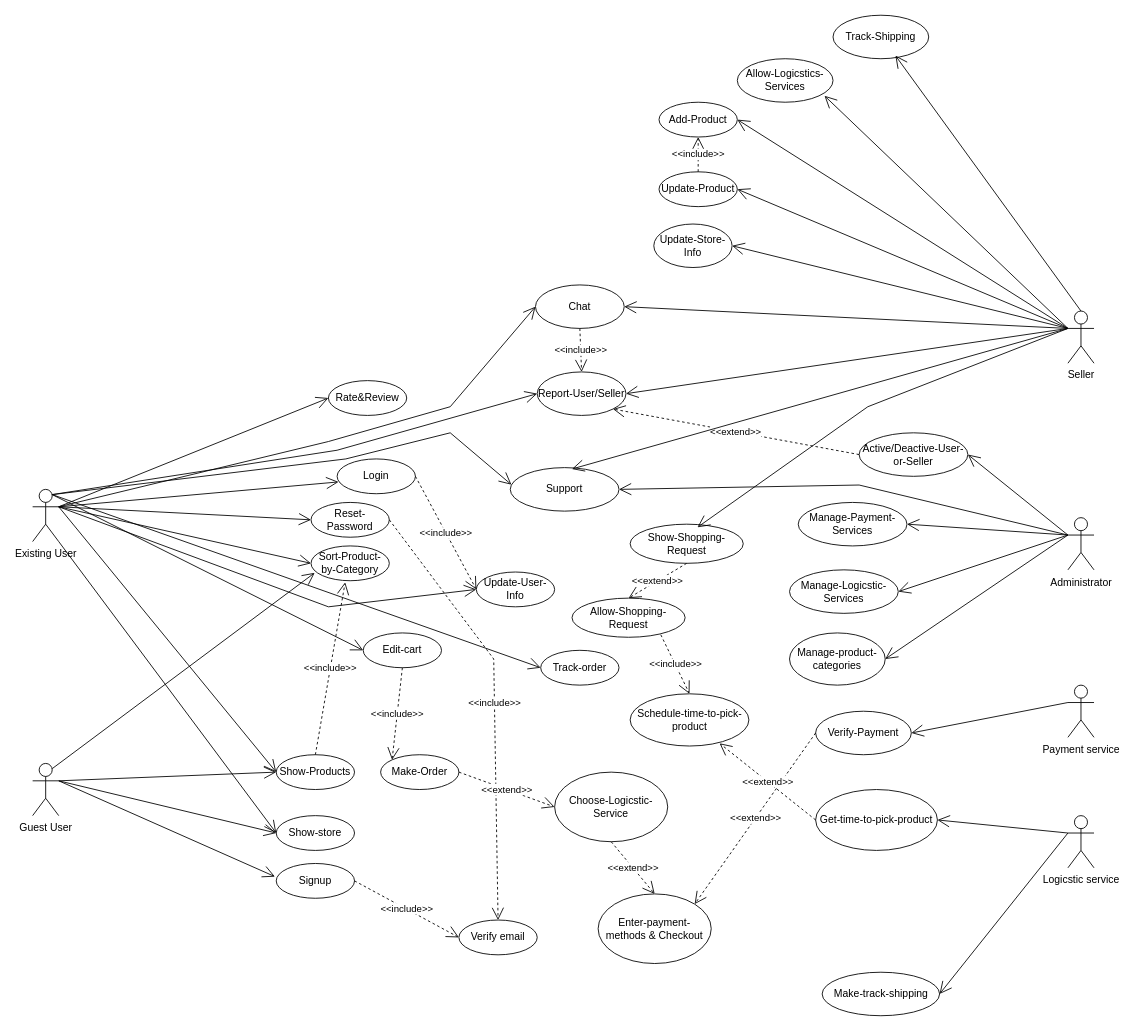
Before: usecase.drawio in huyga1185/buyit_cnpm, a draw.io diagram. Source tidied: cells renumbered, new cells numbered last; positions are measured from the earlier drawing's top-left corner, leaving out a move shared by most shapes. Both pictures are drawn from the tidied source at 87%, with x=0, y=0 at pixel (32, 15).
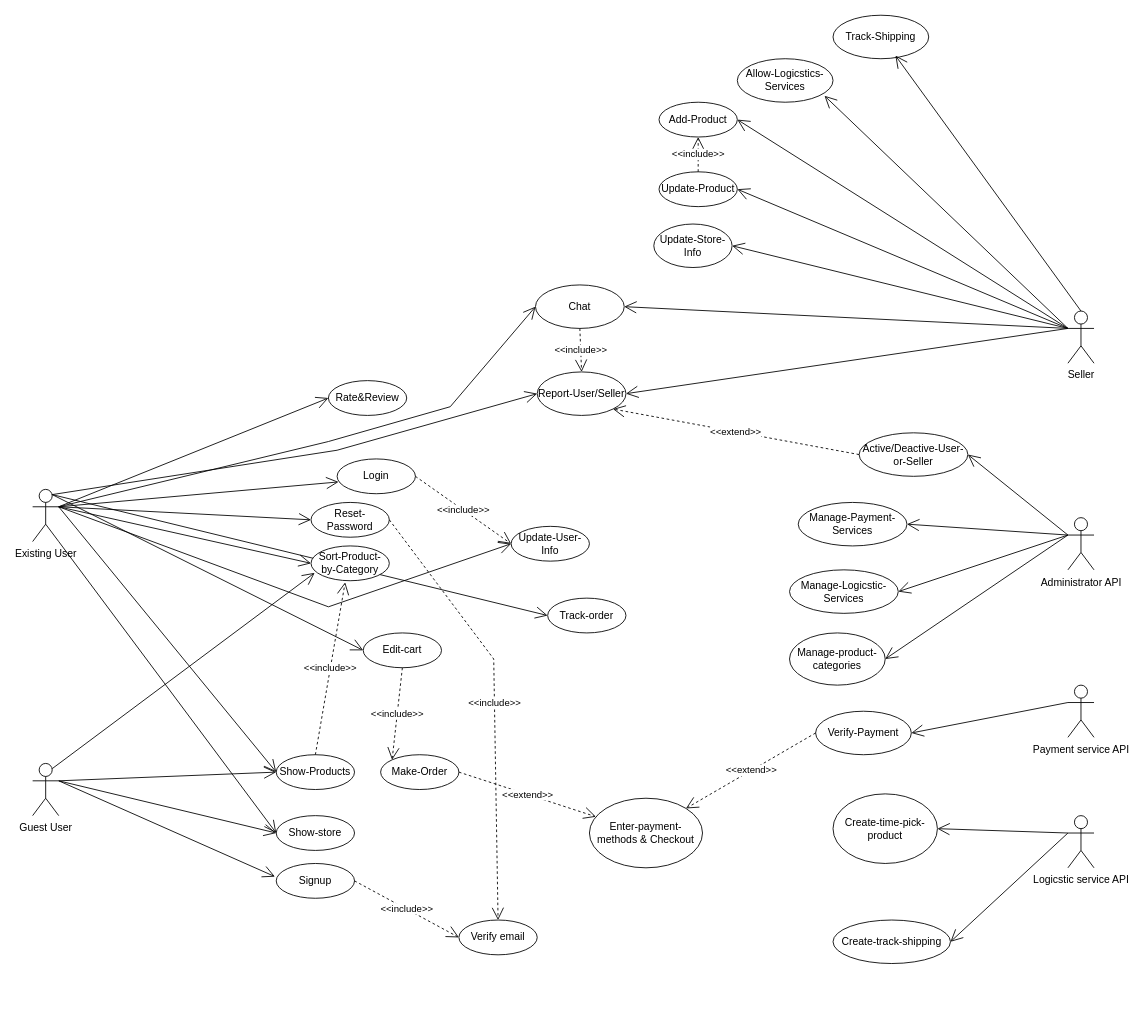
After the change.

Commit message:
Cập nhật usecase.drawio

Unchanged cells that the change refers to:
```xml
<mxCell id="2" value="Existing User" style="shape=umlActor;verticalLabelPosition=bottom;verticalAlign=top;html=1;" parent="1" vertex="1">
  <mxGeometry y="545" width="30" height="60" as="geometry" />
</mxCell>
<mxCell id="4" value="Seller" style="shape=umlActor;verticalLabelPosition=bottom;verticalAlign=top;html=1;" parent="1" vertex="1">
  <mxGeometry x="1190" y="340" width="30" height="60" as="geometry" />
</mxCell>
<mxCell id="59" value="Make-Order" style="ellipse;whiteSpace=wrap;html=1;" parent="1" vertex="1">
  <mxGeometry x="400" y="850" width="90" height="40" as="geometry" />
</mxCell>
```

Diff of the diagram source:
```diff
@@
-    <mxCell id="8" value="Administrator" style="shape=umlActor;verticalLabelPosition=bottom;verticalAlign=top;html=1;" parent="1" vertex="1">
+    <mxCell id="8" value="Administrator API" style="shape=umlActor;verticalLabelPosition=bottom;verticalAlign=top;html=1;" parent="1" vertex="1">
       <mxGeometry x="1190" y="577.5" width="30" height="60" as="geometry" />
     </mxCell>
-    <mxCell id="9" value="Payment service" style="shape=umlActor;verticalLabelPosition=bottom;verticalAlign=top;html=1;" parent="1" vertex="1">
+    <mxCell id="9" value="Payment service API" style="shape=umlActor;verticalLabelPosition=bottom;verticalAlign=top;html=1;" parent="1" vertex="1">
       <mxGeometry x="1190" y="770" width="30" height="60" as="geometry" />
     </mxCell>
-    <mxCell id="10" value="Logicstic service" style="shape=umlActor;verticalLabelPosition=bottom;verticalAlign=top;html=1;" parent="1" vertex="1">
+    <mxCell id="10" value="Logicstic service API" style="shape=umlActor;verticalLabelPosition=bottom;verticalAlign=top;html=1;" parent="1" vertex="1">
       <mxGeometry x="1190" y="920" width="30" height="60" as="geometry" />
     </mxCell>
@@
     <mxCell id="24" value="Track-order" style="ellipse;whiteSpace=wrap;html=1;" parent="1" vertex="1">
-      <mxGeometry x="584" y="730" width="90" height="40" as="geometry" />
+      <mxGeometry x="592" y="670" width="90" height="40" as="geometry" />
     </mxCell>
@@
     <mxCell id="46" value="Update-User-Info" style="ellipse;whiteSpace=wrap;html=1;" parent="1" vertex="1">
-      <mxGeometry x="510" y="640" width="90" height="40" as="geometry" />
+      <mxGeometry x="550" y="587.5" width="90" height="40" as="geometry" />
     </mxCell>
@@
     <mxCell id="60" value="Enter-payment-methods &amp;amp; Checkout" style="ellipse;whiteSpace=wrap;html=1;" parent="1" vertex="1">
-      <mxGeometry x="650" y="1010" width="130" height="80" as="geometry" />
+      <mxGeometry x="640" y="900" width="130" height="80" as="geometry" />
     </mxCell>
@@
-    <mxCell id="62" value="&amp;lt;&amp;lt;extend&amp;gt;&amp;gt;" style="endArrow=open;endSize=12;dashed=1;html=1;rounded=0;exitX=1;exitY=0.5;exitDx=0;exitDy=0;entryX=0;entryY=0.5;entryDx=0;entryDy=0;" parent="1" edge="1" source="59" target="63">
+    <mxCell id="62" value="&amp;lt;&amp;lt;extend&amp;gt;&amp;gt;" style="endArrow=open;endSize=12;dashed=1;html=1;rounded=0;exitX=1;exitY=0.5;exitDx=0;exitDy=0;" parent="1" edge="1" source="59" target="60">
       <mxGeometry relative="1" as="geometry" />
     </mxCell>
-    <mxCell id="63" value="Choose-Logicstic-Service" style="ellipse;whiteSpace=wrap;html=1;" parent="1" vertex="1">
-      <mxGeometry x="600" y="870" width="130" height="80" as="geometry" />
-    </mxCell>
-    <mxCell id="64" value="&amp;lt;&amp;lt;extend&amp;gt;&amp;gt;" style="endArrow=open;endSize=12;dashed=1;html=1;rounded=0;exitX=0.5;exitY=1;exitDx=0;exitDy=0;entryX=0.5;entryY=0;entryDx=0;entryDy=0;" parent="1" edge="1" source="63" target="60">
-      <mxGeometry relative="1" as="geometry" />
-    </mxCell>
@@
-    <mxCell id="68" value="Support" style="ellipse;whiteSpace=wrap;html=1;" parent="1" vertex="1">
-      <mxGeometry x="549" y="520" width="125" height="50" as="geometry" />
-    </mxCell>
-    <mxCell id="69" style="endArrow=open;endFill=1;endSize=12;html=1;rounded=0;entryX=1;entryY=0.5;entryDx=0;entryDy=0;exitX=0;exitY=0.3333333333333333;exitDx=0;exitDy=0;exitPerimeter=0;" parent="1" edge="1" source="8" target="68">
-      <mxGeometry relative="1" as="geometry">
-        <Array as="points">
-          <mxPoint x="950" y="540" />
-        </Array>
-      </mxGeometry>
-    </mxCell>
-    <mxCell id="70" style="endArrow=open;endFill=1;endSize=12;html=1;rounded=0;exitX=0.75;exitY=0.1;exitDx=0;exitDy=0;exitPerimeter=0;entryX=0.011;entryY=0.392;entryDx=0;entryDy=0;entryPerimeter=0;" parent="1" edge="1" source="2" target="68">
-      <mxGeometry relative="1" as="geometry">
-        <Array as="points">
-          <mxPoint x="360" y="510" />
-          <mxPoint x="480" y="480" />
-        </Array>
-      </mxGeometry>
-    </mxCell>
-    <mxCell id="71" style="endArrow=open;endFill=1;endSize=12;html=1;rounded=0;exitX=0;exitY=0.3333333333333333;exitDx=0;exitDy=0;exitPerimeter=0;entryX=0.567;entryY=0.032;entryDx=0;entryDy=0;entryPerimeter=0;" parent="1" edge="1" source="4" target="68">
-      <mxGeometry relative="1" as="geometry" />
-    </mxCell>
@@
-    <mxCell id="74" value="Show-Shopping-Request" style="ellipse;whiteSpace=wrap;html=1;" parent="1" vertex="1">
-      <mxGeometry x="686.8" y="585" width="130" height="45" as="geometry" />
-    </mxCell>
-    <mxCell id="75" style="endArrow=open;endFill=1;endSize=12;html=1;rounded=0;exitX=0;exitY=0.3333333333333333;exitDx=0;exitDy=0;exitPerimeter=0;entryX=0.595;entryY=0.08;entryDx=0;entryDy=0;entryPerimeter=0;" parent="1" edge="1" source="4" target="74">
-      <mxGeometry relative="1" as="geometry">
-        <Array as="points">
-          <mxPoint x="960" y="450" />
-        </Array>
-      </mxGeometry>
-    </mxCell>
-    <mxCell id="76" value="Schedule-time-to-pick-product" style="ellipse;whiteSpace=wrap;html=1;" parent="1" vertex="1">
-      <mxGeometry x="686.8" y="780" width="136.5" height="60" as="geometry" />
-    </mxCell>
-    <mxCell id="77" value="Allow-Shopping-Request" style="ellipse;whiteSpace=wrap;html=1;" parent="1" vertex="1">
-      <mxGeometry x="620" y="670" width="130" height="45" as="geometry" />
-    </mxCell>
-    <mxCell id="78" value="&amp;lt;&amp;lt;extend&amp;gt;&amp;gt;" style="endArrow=open;endSize=12;dashed=1;html=1;rounded=0;exitX=0.5;exitY=1;exitDx=0;exitDy=0;entryX=0.5;entryY=0;entryDx=0;entryDy=0;" parent="1" edge="1" source="74" target="77">
-      <mxGeometry relative="1" as="geometry" />
-    </mxCell>
-    <mxCell id="79" value="&amp;lt;&amp;lt;include&amp;gt;&amp;gt;" style="endArrow=open;endSize=12;dashed=1;html=1;rounded=0;exitX=0.785;exitY=0.936;exitDx=0;exitDy=0;entryX=0.5;entryY=0;entryDx=0;entryDy=0;exitPerimeter=0;" parent="1" edge="1" source="77" target="76">
-      <mxGeometry relative="1" as="geometry" />
-    </mxCell>
-    <mxCell id="80" value="Get-time-to-pick-product" style="ellipse;whiteSpace=wrap;html=1;" parent="1" vertex="1">
-      <mxGeometry x="900" y="890" width="140" height="70" as="geometry" />
-    </mxCell>
-    <mxCell id="81" style="endArrow=open;endFill=1;endSize=12;html=1;rounded=0;entryX=1;entryY=0.5;entryDx=0;entryDy=0;exitX=0;exitY=0.3333333333333333;exitDx=0;exitDy=0;exitPerimeter=0;" parent="1" edge="1" source="10" target="80">
+    <mxCell id="81" style="endArrow=open;endFill=1;endSize=12;html=1;rounded=0;entryX=1;entryY=0.5;entryDx=0;entryDy=0;exitX=0;exitY=0.3333333333333333;exitDx=0;exitDy=0;exitPerimeter=0;" parent="1" edge="1" source="10" target="87">
       <mxGeometry relative="1" as="geometry" />
     </mxCell>
-    <mxCell id="82" value="&amp;lt;&amp;lt;extend&amp;gt;&amp;gt;" style="endArrow=open;endSize=12;dashed=1;html=1;rounded=0;exitX=0;exitY=0.5;exitDx=0;exitDy=0;entryX=0.753;entryY=0.948;entryDx=0;entryDy=0;entryPerimeter=0;" parent="1" edge="1" source="80" target="76">
-      <mxGeometry relative="1" as="geometry" />
-    </mxCell>
-    <mxCell id="83" value="Make-track-shipping" style="ellipse;whiteSpace=wrap;html=1;" parent="1" vertex="1">
-      <mxGeometry x="907.5" y="1100" width="135" height="50" as="geometry" />
+    <mxCell id="83" value="Create-track-shipping" style="ellipse;whiteSpace=wrap;html=1;" parent="1" vertex="1">
+      <mxGeometry x="920" y="1040" width="135" height="50" as="geometry" />
     </mxCell>
@@
+    <mxCell id="87" value="Create-time-pick-product" style="ellipse;whiteSpace=wrap;html=1;" parent="1" vertex="1">
+      <mxGeometry x="920" y="895" width="120" height="80" as="geometry" />
+    </mxCell>
```
